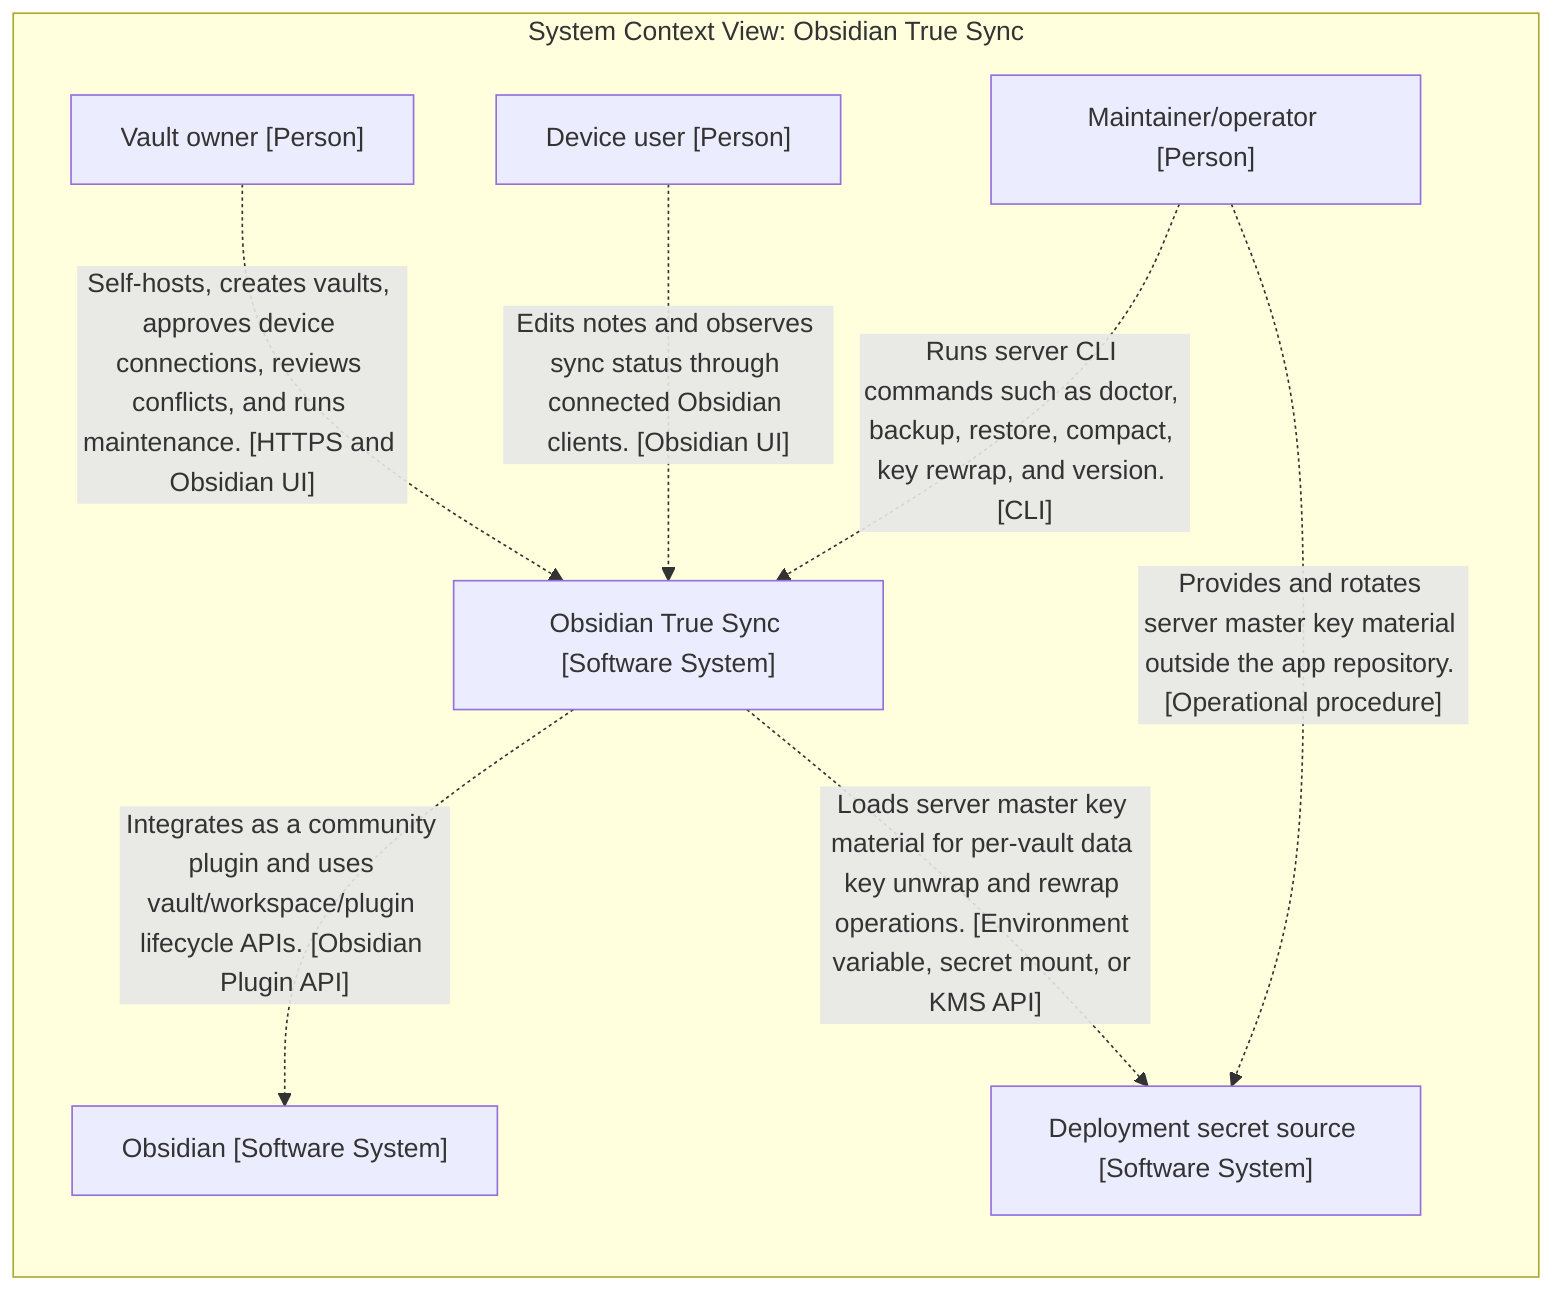
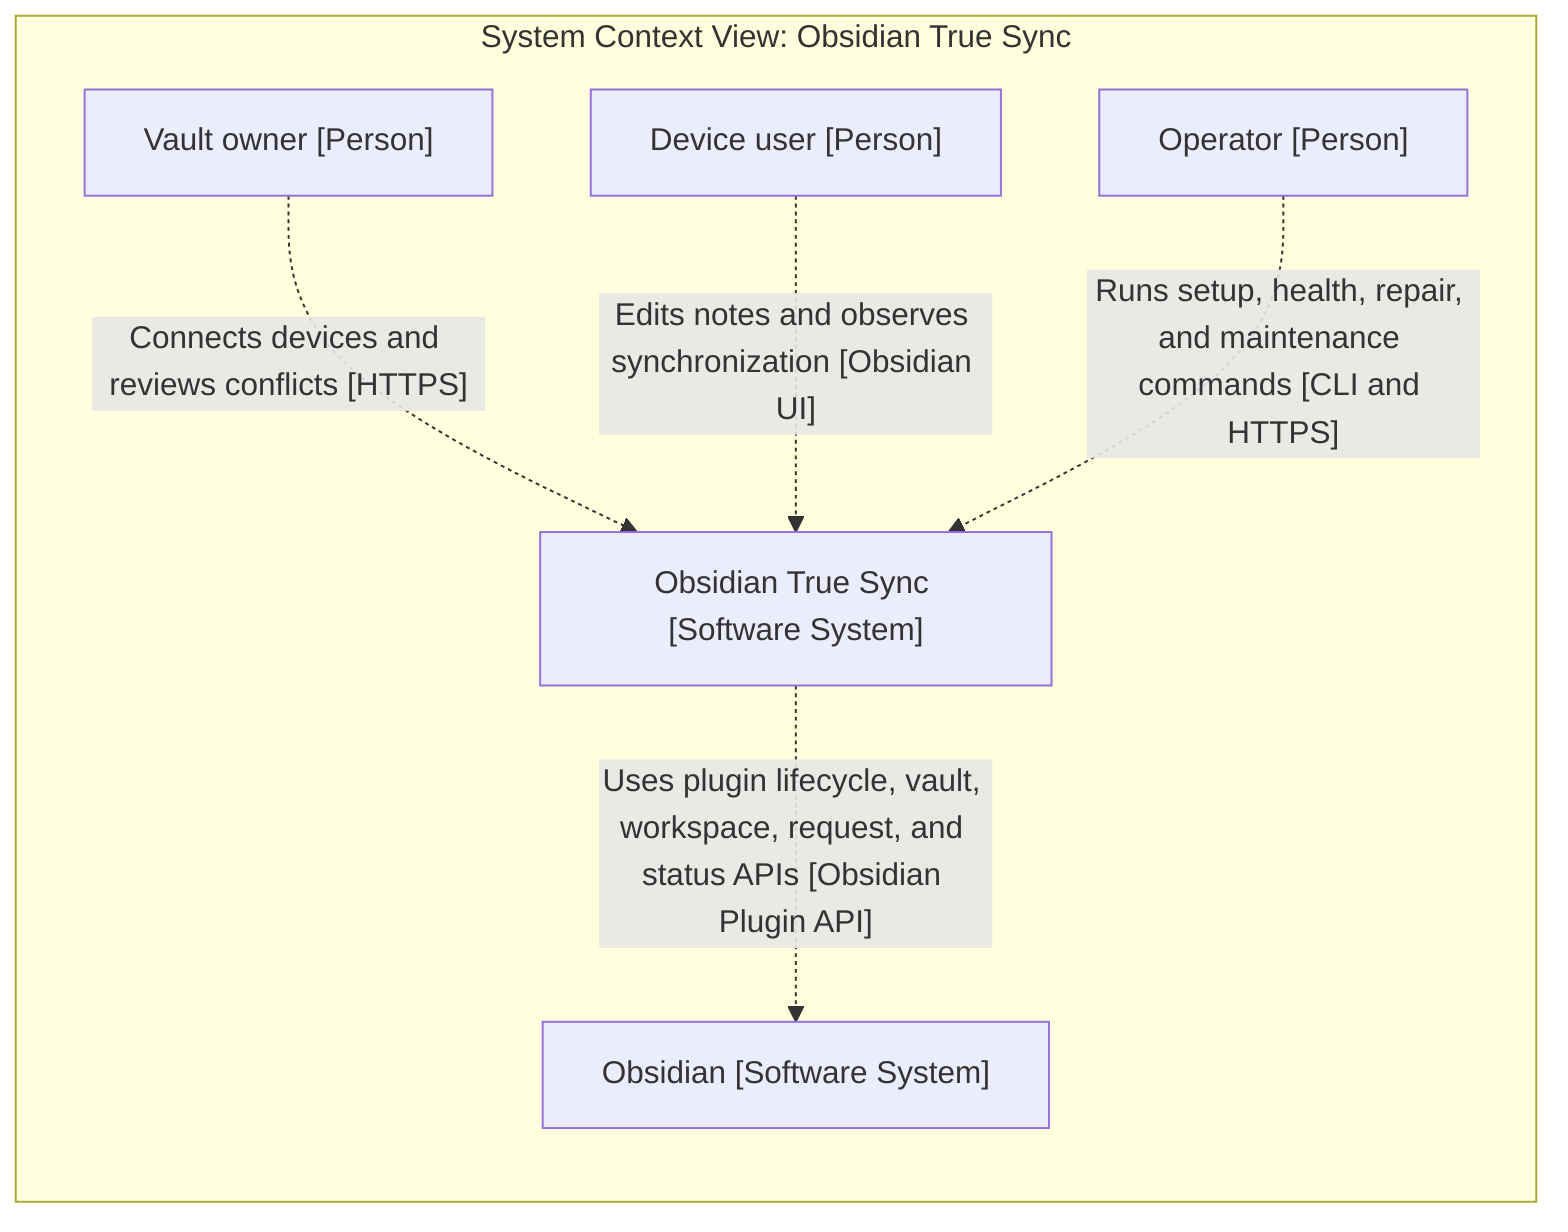
graph LR

  subgraph diagram ["System Context View: Obsidian True Sync"]

    1["Vault owner [Person]"]
    2["Device user [Person]"]
-     3["Maintainer/operator [Person]"]
+     3["Operator [Person]"]
    4["Obsidian [Software System]"]
-     5["Deployment secret source [Software System]"]
-     6["Obsidian True Sync [Software System]"]
+     5["Obsidian True Sync [Software System]"]

-     1-. "Self-hosts, creates vaults, approves device connections, reviews conflicts, and runs maintenance. [HTTPS and Obsidian UI]" .->6
-     2-. "Edits notes and observes sync status through connected Obsidian clients. [Obsidian UI]" .->6
-     3-. "Runs server CLI commands such as doctor, backup, restore, compact, key rewrap, and version. [CLI]" .->6
-     3-. "Provides and rotates server master key material outside the app repository. [Operational procedure]" .->5
-     6-. "Integrates as a community plugin and uses vault/workspace/plugin lifecycle APIs. [Obsidian Plugin API]" .->4
-     6-. "Loads server master key material for per-vault data key unwrap and rewrap operations. [Environment variable, secret mount, or KMS API]" .->5
+     1-. "Connects devices and reviews conflicts [HTTPS]" .->5
+     2-. "Edits notes and observes synchronization [Obsidian UI]" .->5
+     3-. "Runs setup, health, repair, and maintenance commands [CLI and HTTPS]" .->5
+     5-. "Uses plugin lifecycle, vault, workspace, request, and status APIs [Obsidian Plugin API]" .->4

  end
